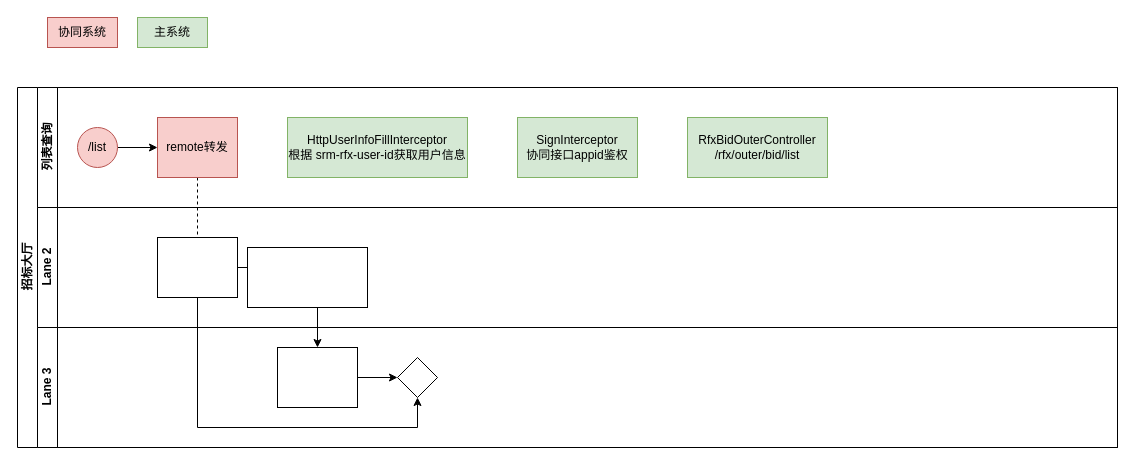
Above: 招投标-协同梳理.drawio in S0Louis/drowio (draw.io), before the change. Source tidied: cells renumbered, new cells numbered last; positions are measured from the earlier drawing's top-left corner, leaving out a move shared by most shapes. Both pictures are drawn from the tidied source at 100%, with x=0, y=0 at pixel (17, 17).
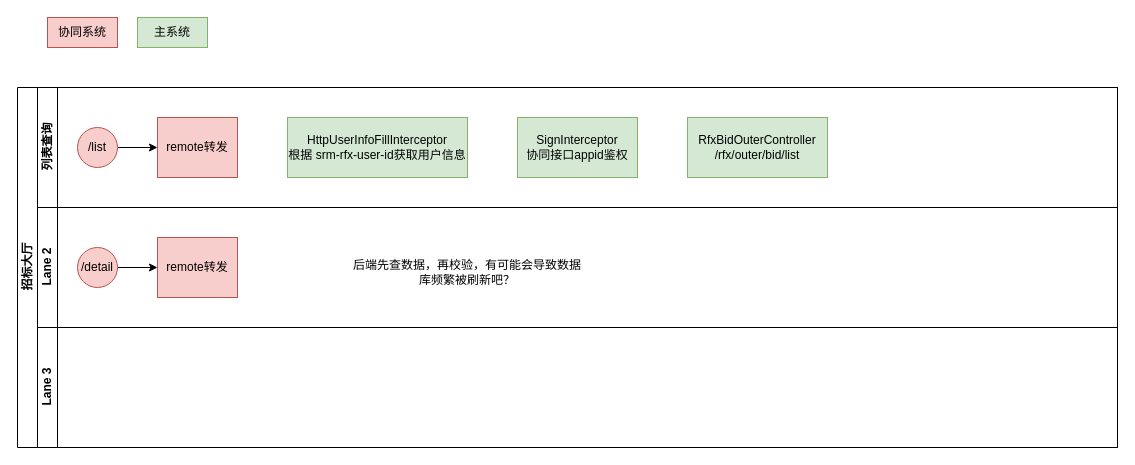
After the change.

Commit message (it also covers changes not shown here):
更新招投标-协同梳理.drawio

The change refers to these unchanged cells:
```xml
<mxCell id="2" value="招标大厅" style="swimlane;html=1;horizontal=0;startSize=20;" parent="1" vertex="1">
  <mxGeometry y="70" width="1100" height="360" as="geometry" />
</mxCell>
<mxCell id="9" value="remote转发" style="rounded=0;whiteSpace=wrap;html=1;fontFamily=Helvetica;fontSize=12;align=center;fillColor=#f8cecc;strokeColor=#b85450;" parent="6" vertex="1">
  <mxGeometry x="120" y="30" width="80" height="60" as="geometry" />
</mxCell>
<mxCell id="13" value="Lane 2" style="swimlane;html=1;startSize=20;horizontal=0;" parent="2" vertex="1">
  <mxGeometry x="20" y="120" width="1080" height="120" as="geometry" />
</mxCell>
<mxCell id="17" value="Lane 3" style="swimlane;html=1;startSize=20;horizontal=0;" parent="2" vertex="1">
  <mxGeometry x="20" y="240" width="1080" height="120" as="geometry" />
</mxCell>
```

Diff of the diagram source:
```diff
@@
-    <mxCell id="3" style="edgeStyle=orthogonalEdgeStyle;rounded=0;jettySize=auto;html=1;dashed=1;endArrow=none;endFill=0;" parent="2" edge="1" source="9" target="15">
-      <mxGeometry relative="1" as="geometry" />
-    </mxCell>
-    <mxCell id="4" style="edgeStyle=orthogonalEdgeStyle;rounded=0;jettySize=auto;html=1;endArrow=classic;endFill=1;" parent="2" edge="1" source="16" target="19">
-      <mxGeometry relative="1" as="geometry" />
-    </mxCell>
-    <mxCell id="5" style="edgeStyle=orthogonalEdgeStyle;rounded=0;jettySize=auto;html=1;endArrow=classic;endFill=1;" parent="2" edge="1" source="15" target="20">
-      <mxGeometry relative="1" as="geometry">
-        <Array as="points">
-          <mxPoint x="180" y="340" />
-          <mxPoint x="400" y="340" />
-        </Array>
-      </mxGeometry>
-    </mxCell>
@@
-    <mxCell id="14" style="edgeStyle=orthogonalEdgeStyle;rounded=0;jettySize=auto;html=1;endArrow=classic;endFill=1;" parent="13" edge="1" source="15" target="16">
-      <mxGeometry relative="1" as="geometry" />
-    </mxCell>
-    <mxCell id="15" style="rounded=0;whiteSpace=wrap;html=1;fontFamily=Helvetica;fontSize=12;fontColor=#000000;align=center;" parent="13" vertex="1">
-      <mxGeometry x="120" y="30" width="80" height="60" as="geometry" />
-    </mxCell>
-    <mxCell id="16" style="rhombus;whiteSpace=wrap;html=1;fontFamily=Helvetica;fontSize=12;fontColor=#000000;align=center;" parent="13" vertex="1">
-      <mxGeometry x="260" y="40" width="40" height="40" as="geometry" />
-    </mxCell>
+    <mxCell id="25" style="edgeStyle=orthogonalEdgeStyle;rounded=0;jettySize=auto;html=1;" parent="13" edge="1" source="26" target="27">
+      <mxGeometry relative="1" as="geometry" />
+    </mxCell>
+    <mxCell id="26" value="/detail" style="ellipse;whiteSpace=wrap;html=1;fillColor=#f8cecc;strokeColor=#b85450;" parent="13" vertex="1">
+      <mxGeometry x="40" y="40" width="40" height="40" as="geometry" />
+    </mxCell>
+    <mxCell id="27" value="remote转发" style="rounded=0;whiteSpace=wrap;html=1;fontFamily=Helvetica;fontSize=12;align=center;fillColor=#f8cecc;strokeColor=#b85450;" parent="13" vertex="1">
+      <mxGeometry x="120" y="30" width="80" height="60" as="geometry" />
+    </mxCell>
+    <mxCell id="28" value="后端先查数据，再校验，有可能会导致数据库频繁被刷新吧？" style="text;html=1;align=center;verticalAlign=middle;whiteSpace=wrap;rounded=0;" parent="13" vertex="1">
+      <mxGeometry x="310" y="40" width="240" height="50" as="geometry" />
+    </mxCell>
@@
-    <mxCell id="18" style="edgeStyle=orthogonalEdgeStyle;rounded=0;jettySize=auto;html=1;endArrow=classic;endFill=1;" parent="17" edge="1" source="19" target="20">
-      <mxGeometry relative="1" as="geometry" />
-    </mxCell>
-    <mxCell id="19" style="rounded=0;whiteSpace=wrap;html=1;fontFamily=Helvetica;fontSize=12;fontColor=#000000;align=center;" parent="17" vertex="1">
-      <mxGeometry x="240" y="20" width="80" height="60" as="geometry" />
-    </mxCell>
-    <mxCell id="20" style="rhombus;whiteSpace=wrap;html=1;fontFamily=Helvetica;fontSize=12;fontColor=#000000;align=center;" parent="17" vertex="1">
-      <mxGeometry x="360" y="30" width="40" height="40" as="geometry" />
-    </mxCell>
-    <mxCell id="21" style="rounded=0;whiteSpace=wrap;html=1;" parent="1" vertex="1">
-      <mxGeometry x="230" y="230" width="120" height="60" as="geometry" />
-    </mxCell>
-    <mxCell id="22" style="rounded=0;whiteSpace=wrap;html=1;" parent="1" vertex="1">
-      <mxGeometry x="230" y="230" width="120" height="60" as="geometry" />
-    </mxCell>
```
